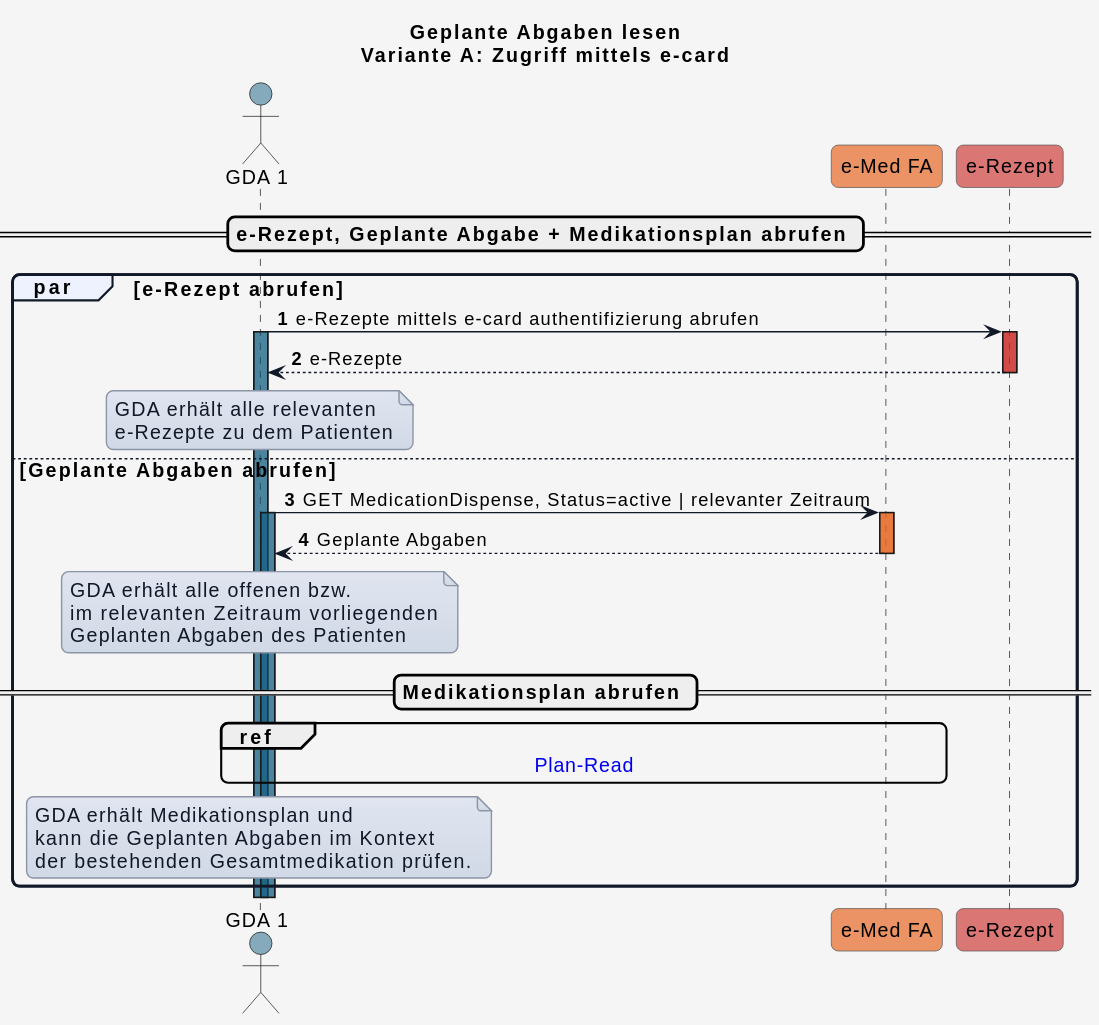
HL7Austria/ELGA-e-Medikation-R4 keeps this PlantUML diagram as input/images/plantuml/UC_eMed_07_01_a.svg. Above is the earlier version. The source it was exported from:
```plantuml
@startuml
title Geplante Abgaben lesen\nVariante A: Zugriff mittels e-card


skinparam borderColor #000000
skinparam backgroundColor #f5f5f5
skinparam shadowing false
skinparam roundCorner 10
skinparam defaultFontName "Arial"
skinparam defaultFontSize 14
skinparam defaultFontColor #000000
skinparam HyperlinkColor #0000EE
skinparam HyperlinkUnderline false
skinparam BoxPadding 20
skinparam BoxBorderColor #555555

skinparam note {
  BackgroundColor #e0e5f0-#d1d9e6
  BorderColor #8b95a5
  BorderThickness 1
  RoundCorner 0
  Padding 6
  FontColor #111827
  Shadowing false
}

skinparam sequence {
  ParticipantBorderColor #555555
  ParticipantFontColor #000000
  ParticipantFontSize 14
  ParticipantPadding 20
  ArrowColor #111827
  ArrowThickness 1
  ArrowFontColor #000000
  ArrowFontSize 13
  GroupBorderColor #111827
  GroupBackgroundColor #eef2ff
  GroupBorderThickness 2
}

!define COLOR_GDA_1    #15608280
!define COLOR_GDA_2    #96607D80
!define COLOR_PATIENT  #196B2480
!define COLOR_APO      #0F9ED590
!define COLOR_EMED_FA  #e97232bd
!define COLOR_E_REZEPT #cd3732a9

!define COLOR_OK       #0F9ED525
!define COLOR_ERROR    #E9713235

actor GDA_1 as "GDA 1" COLOR_GDA_1
participant eMed_FA as "e-Med FA" COLOR_EMED_FA
participant e_Rezept as "e-Rezept" COLOR_E_REZEPT

autonumber

== e-Rezept, Geplante Abgabe + Medikationsplan abrufen ==

par e-Rezept abrufen
  GDA_1 -> e_Rezept: e-Rezepte mittels e-card authentifizierung abrufen
  activate GDA_1 COLOR_GDA_1
  activate e_Rezept COLOR_E_REZEPT
  e_Rezept --> GDA_1: e-Rezepte
  deactivate e_Rezept
  note over GDA_1
  GDA erhält alle relevanten
  e-Rezepte zu dem Patienten
  end note

else Geplante Abgaben abrufen
  GDA_1 -> eMed_FA: GET MedicationDispense, Status=active | relevanter Zeitraum
  activate GDA_1 COLOR_GDA_1
  activate eMed_FA COLOR_EMED_FA
  eMed_FA --> GDA_1: Geplante Abgaben
  deactivate eMed_FA
  note over GDA_1
  GDA erhält alle offenen bzw.
  im relevanten Zeitraum vorliegenden
  Geplanten Abgaben des Patienten
  end note

  == Medikationsplan abrufen ==

  ref over GDA_1, eMed_FA : [[interactions.html#sequenzdiagramm-plan-read Plan-Read]]
  note over GDA_1
  GDA erhält Medikationsplan und
  kann die Geplanten Abgaben im Kontext
  der bestehenden Gesamtmedikation prüfen.
  end note
end
@enduml
```
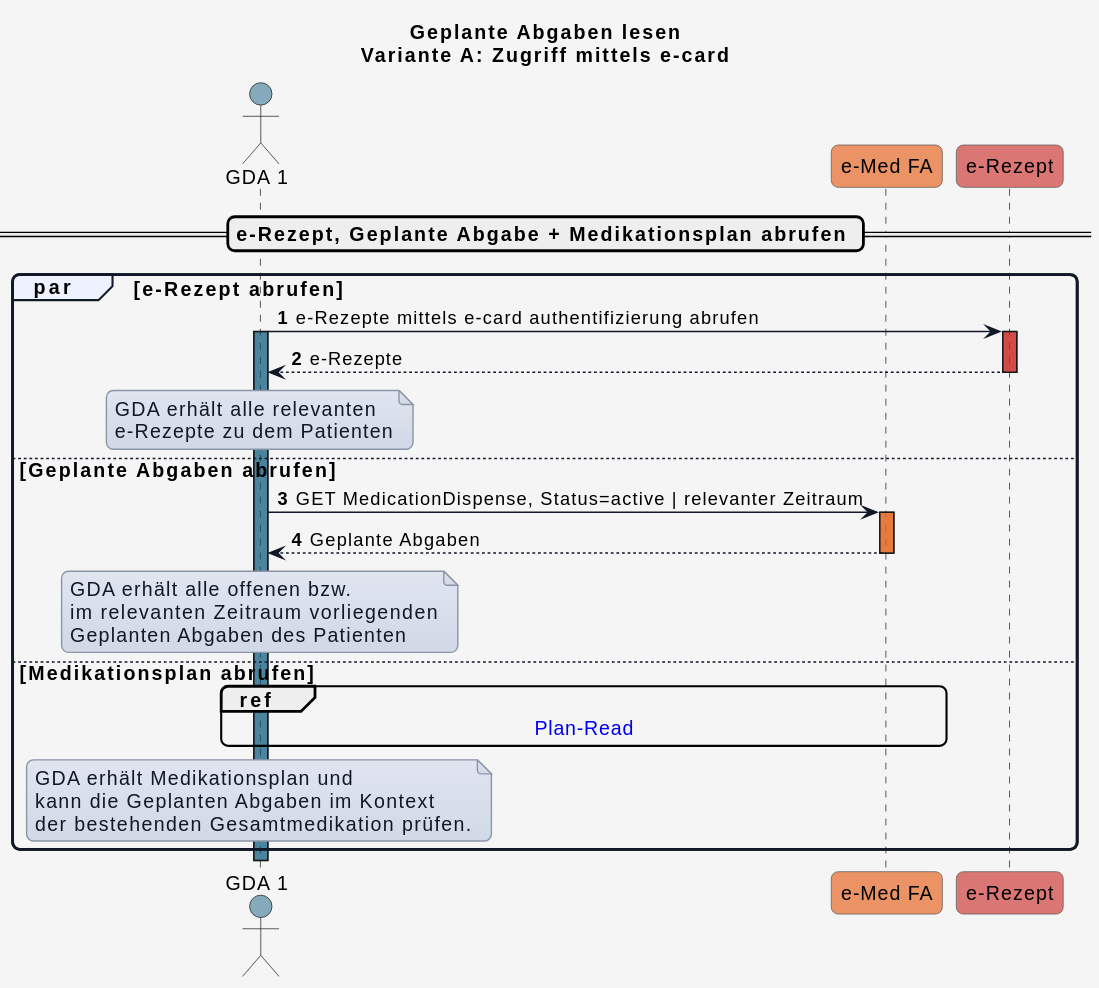
The same diagram one commit later.

Commit message:
Update plan-read

Change to the diagram source:
```diff
@@ -69,7 +69,6 @@
 
 else Geplante Abgaben abrufen
   GDA_1 -> eMed_FA: GET MedicationDispense, Status=active | relevanter Zeitraum
-  activate GDA_1 COLOR_GDA_1
   activate eMed_FA COLOR_EMED_FA
   eMed_FA --> GDA_1: Geplante Abgaben
   deactivate eMed_FA
@@ -79,7 +78,7 @@
   Geplanten Abgaben des Patienten
   end note
 
-  == Medikationsplan abrufen ==
+else Medikationsplan abrufen
 
   ref over GDA_1, eMed_FA : [[interactions.html#sequenzdiagramm-plan-read Plan-Read]]
   note over GDA_1
```
